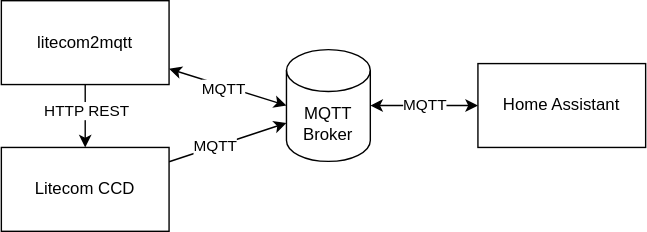
swissmanu/litecom2mqtt keeps this draw.io diagram as docs/system.drawio.svg. Above is the earlier version. Source tidied: cells renumbered, new cells last; positions are measured from the earlier drawing's top-left corner, leaving out a move shared by most shapes. Its diagram source:
```xml
<mxGraphModel>
  <root>
    <mxCell id="0" />
    <mxCell id="1" parent="0" />
    <mxCell id="2" value="MQTT Broker" style="shape=cylinder3;whiteSpace=wrap;html=1;boundedLbl=1;backgroundOutline=1;size=15;" parent="1" vertex="1">
      <mxGeometry x="204" y="35" width="60" height="80" as="geometry" />
    </mxCell>
    <mxCell id="3" style="edgeStyle=none;html=1;entryX=0;entryY=0.5;entryDx=0;entryDy=0;entryPerimeter=0;startArrow=classic;startFill=1;endArrow=classic;endFill=1;" parent="1" edge="1" source="7" target="2">
      <mxGeometry relative="1" as="geometry" />
    </mxCell>
    <mxCell id="4" value="MQTT" style="edgeLabel;html=1;align=center;verticalAlign=middle;" parent="3" vertex="1">
      <mxGeometry x="-0.06" y="-2" relative="1" as="geometry" />
    </mxCell>
    <mxCell id="5" style="edgeStyle=none;html=1;entryX=0.5;entryY=0;entryDx=0;entryDy=0;startArrow=none;startFill=0;endArrow=classic;endFill=1;" parent="1" edge="1" source="7" target="10">
      <mxGeometry relative="1" as="geometry" />
    </mxCell>
    <mxCell id="6" value="HTTP REST" style="edgeLabel;html=1;align=center;verticalAlign=middle;" parent="5" vertex="1">
      <mxGeometry x="-0.2" relative="1" as="geometry" />
    </mxCell>
    <mxCell id="7" value="litecom2mqtt" style="rounded=0;whiteSpace=wrap;html=1;" parent="1" vertex="1">
      <mxGeometry width="120" height="60" as="geometry" />
    </mxCell>
    <mxCell id="8" style="edgeStyle=none;html=1;entryX=0;entryY=0;entryDx=0;entryDy=52.5;entryPerimeter=0;startArrow=none;startFill=0;endArrow=classic;endFill=1;" parent="1" edge="1" source="10" target="2">
      <mxGeometry relative="1" as="geometry" />
    </mxCell>
    <mxCell id="9" value="MQTT" style="edgeLabel;html=1;align=center;verticalAlign=middle;" parent="8" vertex="1">
      <mxGeometry x="-0.2" y="1" relative="1" as="geometry" />
    </mxCell>
    <mxCell id="10" value="Litecom CCD" style="rounded=0;whiteSpace=wrap;html=1;" parent="1" vertex="1">
      <mxGeometry y="105" width="120" height="60" as="geometry" />
    </mxCell>
    <mxCell id="11" style="edgeStyle=none;html=1;entryX=1;entryY=0.5;entryDx=0;entryDy=0;entryPerimeter=0;startArrow=classic;startFill=1;" parent="1" edge="1" source="13" target="2">
      <mxGeometry relative="1" as="geometry" />
    </mxCell>
    <mxCell id="12" value="MQTT" style="edgeLabel;html=1;align=center;verticalAlign=middle;" parent="11" vertex="1">
      <mxGeometry y="-1" relative="1" as="geometry" />
    </mxCell>
    <mxCell id="13" value="Home Assistant" style="rounded=0;whiteSpace=wrap;html=1;" parent="1" vertex="1">
      <mxGeometry x="341" y="45" width="120" height="60" as="geometry" />
    </mxCell>
  </root>
</mxGraphModel>
```
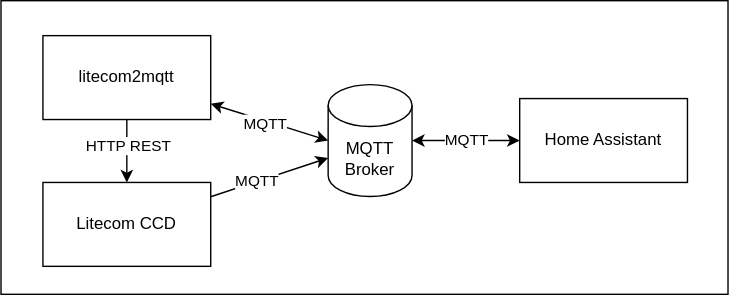
Later version of the same file.

Commit message:
Add Background to System Interactions Diagram

The edit, as a diff of the source:
```diff
@@ -2,6 +2,9 @@
   <root>
     <mxCell id="0" />
     <mxCell id="1" parent="0" />
+    <mxCell id="14" style="whiteSpace=wrap;html=1;" parent="1" vertex="1">
+      <mxGeometry x="-30" y="-25" width="520" height="210" as="geometry" />
+    </mxCell>
     <mxCell id="2" value="MQTT Broker" style="shape=cylinder3;whiteSpace=wrap;html=1;boundedLbl=1;backgroundOutline=1;size=15;" parent="1" vertex="1">
       <mxGeometry x="204" y="35" width="60" height="80" as="geometry" />
     </mxCell>
```
